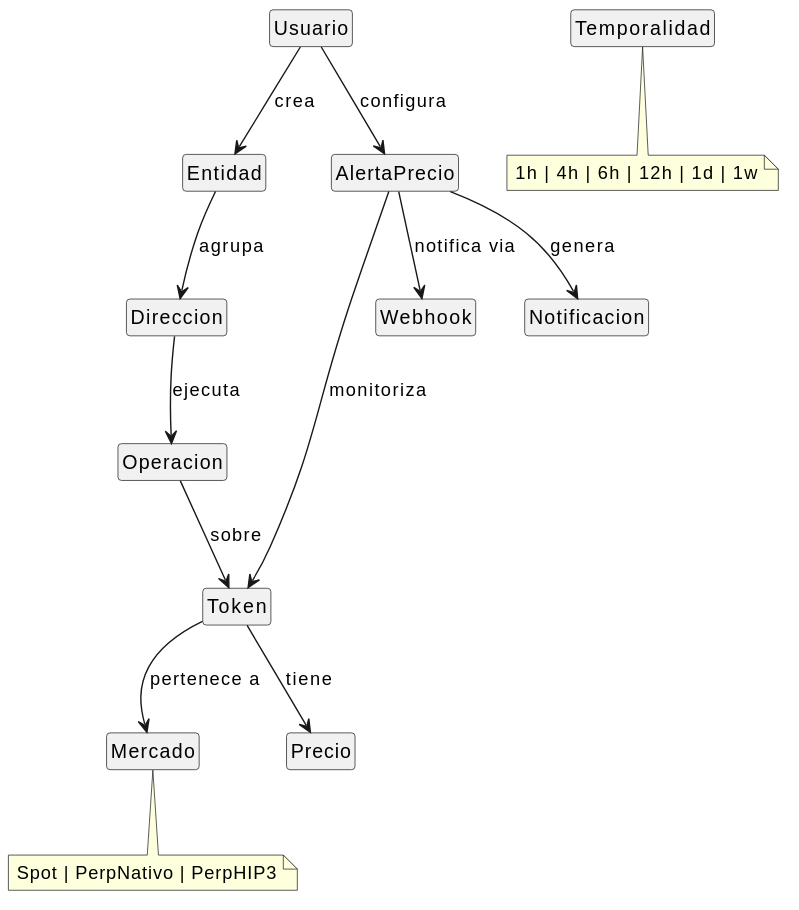
Above: imagenes/capitulo2/modeloDelDominio.svg in nekiiiiis/tfg (PlantUML), before the change.
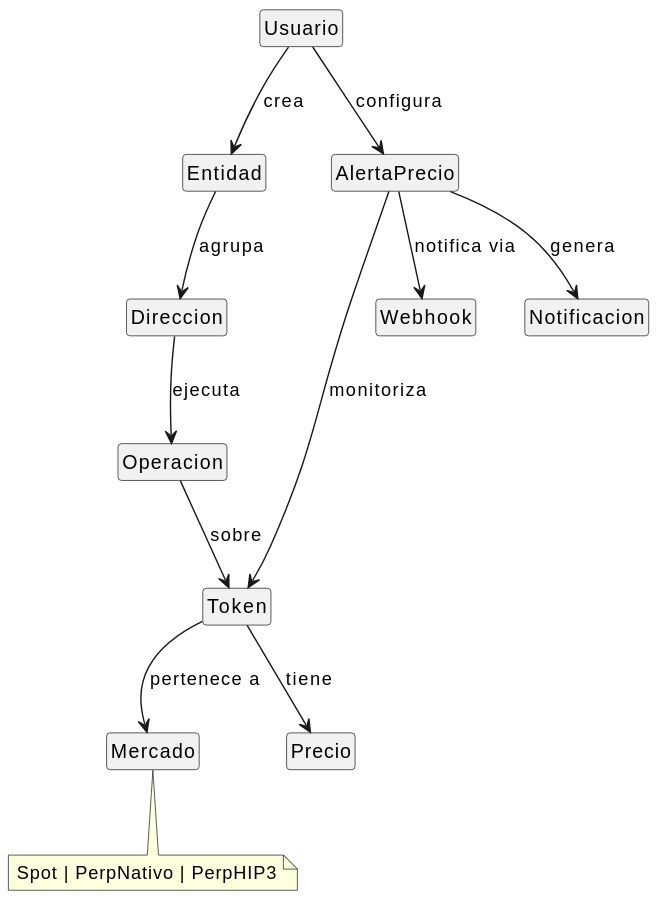
After the change.

Commit message:
Corregir errores en cap2: README, extend incorrecto, Temporalidad

What changed in the source:
```diff
@@ -10,7 +10,6 @@
 class Mercado{}
 class Precio{}
 class Operacion{}
-class Temporalidad{}
 class AlertaPrecio{}
 class Webhook{}
 class Notificacion{}
@@ -29,8 +28,4 @@
 note bottom of Mercado
   Spot | PerpNativo | PerpHIP3
 end note
-
-note bottom of Temporalidad
-  1h | 4h | 6h | 12h | 1d | 1w
-end note
 @enduml
```
